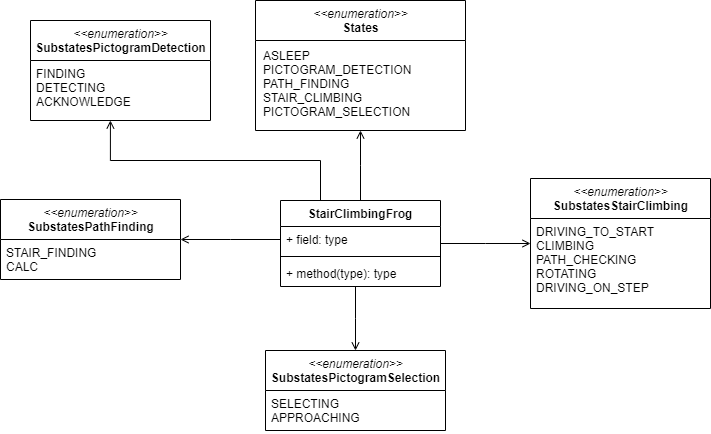
randombenj/hslu-pren2-doc keeps this draw.io diagram as img/softwarearchitektur/UML-MainController.png. Above is the earlier version. Source tidied: cells renumbered, new cells last; positions are measured from the earlier drawing's top-left corner, leaving out a move shared by most shapes.
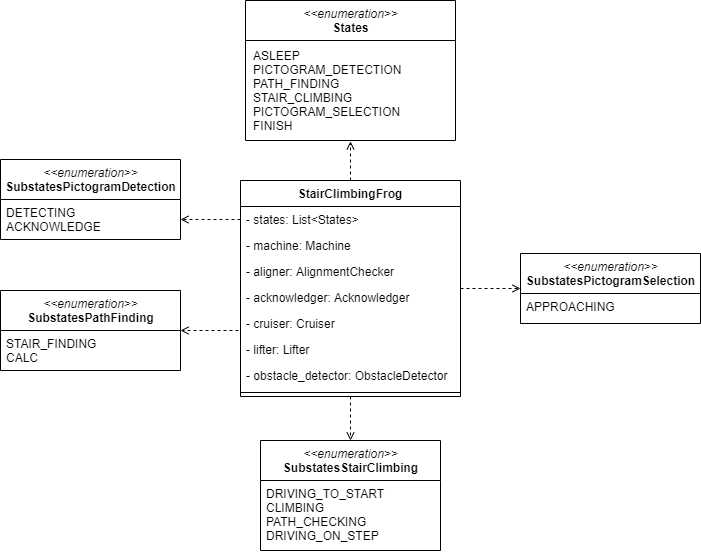
The same file after the commit.

What changed in the source:
```diff
@@ -2,61 +2,76 @@
   <root>
     <mxCell id="0" />
     <mxCell id="1" parent="0" />
-    <mxCell id="2" style="edgeStyle=elbowEdgeStyle;rounded=0;jettySize=auto;html=1;exitX=1;exitY=0.5;exitDx=0;exitDy=0;endArrow=open;endFill=0;" parent="1" edge="1" source="6" target="16">
+    <mxCell id="2" style="edgeStyle=elbowEdgeStyle;rounded=0;jettySize=auto;html=1;endArrow=open;endFill=0;dashed=1;" parent="1" edge="1" source="6" target="16">
       <mxGeometry relative="1" as="geometry" />
     </mxCell>
-    <mxCell id="3" style="edgeStyle=elbowEdgeStyle;rounded=0;jettySize=auto;html=1;entryX=0.5;entryY=0;entryDx=0;entryDy=0;endArrow=open;endFill=0;" parent="1" edge="1" source="6" target="18">
+    <mxCell id="3" style="edgeStyle=elbowEdgeStyle;rounded=0;jettySize=auto;html=1;entryX=0;entryY=0.5;entryDx=0;entryDy=0;endArrow=open;endFill=0;dashed=1;" parent="1" edge="1" source="6" target="18">
       <mxGeometry relative="1" as="geometry" />
     </mxCell>
-    <mxCell id="4" style="edgeStyle=elbowEdgeStyle;rounded=0;jettySize=auto;html=1;exitX=0.5;exitY=0;exitDx=0;exitDy=0;endArrow=open;endFill=0;" parent="1" edge="1" source="6" target="10">
-      <mxGeometry relative="1" as="geometry" />
-    </mxCell>
-    <mxCell id="5" style="edgeStyle=orthogonalEdgeStyle;rounded=0;jettySize=auto;html=1;exitX=0.25;exitY=0;exitDx=0;exitDy=0;entryX=0.444;entryY=1;entryDx=0;entryDy=0;entryPerimeter=0;endArrow=open;endFill=0;" parent="1" edge="1" source="6" target="13">
+    <mxCell id="5" style="edgeStyle=orthogonalEdgeStyle;rounded=0;jettySize=auto;html=1;exitX=0;exitY=0.5;exitDx=0;exitDy=0;entryX=1;entryY=0.5;entryDx=0;entryDy=0;endArrow=open;endFill=0;dashed=1;" parent="1" edge="1" source="7" target="13">
       <mxGeometry relative="1" as="geometry" />
     </mxCell>
+    <mxCell id="21" style="edgeStyle=orthogonalEdgeStyle;rounded=0;jettySize=auto;html=1;entryX=0.5;entryY=1.009;entryDx=0;entryDy=0;entryPerimeter=0;endArrow=open;endFill=0;dashed=1;" parent="1" edge="1" source="6" target="11">
+      <mxGeometry relative="1" as="geometry" />
+    </mxCell>
     <mxCell id="6" value="StairClimbingFrog" style="swimlane;fontStyle=1;align=center;verticalAlign=top;horizontal=1;startSize=26;" parent="1" vertex="1">
-      <mxGeometry x="280" y="200" width="160" height="86" as="geometry" />
+      <mxGeometry x="280" y="200" width="220" height="216" as="geometry" />
     </mxCell>
-    <mxCell id="7" value="+ field: type" style="text;strokeColor=none;fillColor=none;align=left;verticalAlign=top;spacingLeft=4;spacingRight=4;overflow=hidden;points=[[0,0.5],[1,0.5]];portConstraint=eastwest;" parent="6" vertex="1">
-      <mxGeometry y="26" width="160" height="26" as="geometry" />
+    <mxCell id="7" value="- states: List&lt;States&gt;" style="text;strokeColor=none;fillColor=none;align=left;verticalAlign=top;spacingLeft=4;spacingRight=4;overflow=hidden;points=[[0,0.5],[1,0.5]];portConstraint=eastwest;" parent="6" vertex="1">
+      <mxGeometry y="26" width="220" height="26" as="geometry" />
     </mxCell>
+    <mxCell id="22" value="- machine: Machine" style="text;strokeColor=none;fillColor=none;align=left;verticalAlign=top;spacingLeft=4;spacingRight=4;overflow=hidden;" parent="6" vertex="1">
+      <mxGeometry y="52" width="220" height="26" as="geometry" />
+    </mxCell>
+    <mxCell id="23" value="- aligner: AlignmentChecker" style="text;strokeColor=none;fillColor=none;align=left;verticalAlign=top;spacingLeft=4;spacingRight=4;overflow=hidden;" parent="6" vertex="1">
+      <mxGeometry y="78" width="220" height="26" as="geometry" />
+    </mxCell>
+    <mxCell id="24" value="- acknowledger: Acknowledger" style="text;strokeColor=none;fillColor=none;align=left;verticalAlign=top;spacingLeft=4;spacingRight=4;overflow=hidden;" parent="6" vertex="1">
+      <mxGeometry y="104" width="220" height="26" as="geometry" />
+    </mxCell>
+    <mxCell id="25" value="- cruiser: Cruiser" style="text;strokeColor=none;fillColor=none;align=left;verticalAlign=top;spacingLeft=4;spacingRight=4;overflow=hidden;points=[[0,0.5],[1,0.5]];portConstraint=eastwest;" parent="6" vertex="1">
+      <mxGeometry y="130" width="220" height="26" as="geometry" />
+    </mxCell>
+    <mxCell id="26" value="- lifter: Lifter" style="text;strokeColor=none;fillColor=none;align=left;verticalAlign=top;spacingLeft=4;spacingRight=4;overflow=hidden;" parent="6" vertex="1">
+      <mxGeometry y="156" width="220" height="26" as="geometry" />
+    </mxCell>
+    <mxCell id="27" value="- obstacle_detector: ObstacleDetector" style="text;strokeColor=none;fillColor=none;align=left;verticalAlign=top;spacingLeft=4;spacingRight=4;overflow=hidden;" parent="6" vertex="1">
+      <mxGeometry y="182" width="220" height="26" as="geometry" />
+    </mxCell>
     <mxCell id="8" style="line;strokeWidth=1;fillColor=none;align=left;verticalAlign=middle;spacingTop=-1;spacingLeft=3;spacingRight=3;labelPosition=right;" parent="6" vertex="1">
-      <mxGeometry y="52" width="160" height="8" as="geometry" />
+      <mxGeometry y="208" width="220" height="8" as="geometry" />
     </mxCell>
-    <mxCell id="9" value="+ method(type): type" style="text;strokeColor=none;fillColor=none;align=left;verticalAlign=top;spacingLeft=4;spacingRight=4;overflow=hidden;" parent="6" vertex="1">
-      <mxGeometry y="60" width="160" height="26" as="geometry" />
-    </mxCell>
     <mxCell id="10" value="&lt;i style=&quot;font-weight: normal&quot;&gt;&amp;lt;&amp;lt;enumeration&amp;gt;&amp;gt;&lt;br&gt;&lt;/i&gt;States" style="swimlane;fontStyle=1;align=center;verticalAlign=top;horizontal=1;startSize=40;html=1;" parent="1" vertex="1">
-      <mxGeometry x="255" width="210" height="130" as="geometry" />
+      <mxGeometry x="285" y="20" width="210" height="140" as="geometry" />
     </mxCell>
-    <mxCell id="11" value="ASLEEP&#10;PICTOGRAM_DETECTION&#10;PATH_FINDING&#10;STAIR_CLIMBING&#10;PICTOGRAM_SELECTION" style="text;strokeColor=none;fillColor=none;align=left;verticalAlign=top;spacingLeft=4;spacingRight=4;overflow=hidden;points=[[0,0.5],[1,0.5]];portConstraint=eastwest;spacingTop=0;spacingBottom=0;spacing=4;" parent="10" vertex="1">
-      <mxGeometry y="40" width="210" height="90" as="geometry" />
+    <mxCell id="11" value="ASLEEP&#10;PICTOGRAM_DETECTION&#10;PATH_FINDING&#10;STAIR_CLIMBING&#10;PICTOGRAM_SELECTION&#10;FINISH" style="text;strokeColor=none;fillColor=none;align=left;verticalAlign=top;spacingLeft=4;spacingRight=4;overflow=hidden;points=[[0,0.5],[1,0.5]];portConstraint=eastwest;spacingTop=0;spacingBottom=0;spacing=4;" parent="10" vertex="1">
+      <mxGeometry y="40" width="210" height="100" as="geometry" />
     </mxCell>
     <mxCell id="12" value="&lt;i&gt;&amp;lt;&amp;lt;enumeration&amp;gt;&amp;gt;&lt;/i&gt;&lt;br&gt;&lt;b&gt;SubstatesPictogramDetection&lt;/b&gt;" style="swimlane;fontStyle=0;align=center;verticalAlign=top;horizontal=1;startSize=40;html=1;" parent="1" vertex="1">
-      <mxGeometry x="30" y="20" width="180" height="100" as="geometry" />
+      <mxGeometry x="40" y="179" width="180" height="80" as="geometry" />
     </mxCell>
-    <mxCell id="13" value="FINDING&#10;DETECTING&#10;ACKNOWLEDGE" style="text;strokeColor=none;fillColor=none;align=left;verticalAlign=top;spacingLeft=4;spacingRight=4;overflow=hidden;points=[[0,0.5],[1,0.5]];portConstraint=eastwest;" parent="12" vertex="1">
-      <mxGeometry y="40" width="180" height="60" as="geometry" />
+    <mxCell id="13" value="DETECTING&#10;ACKNOWLEDGE" style="text;strokeColor=none;fillColor=none;align=left;verticalAlign=top;spacingLeft=4;spacingRight=4;overflow=hidden;points=[[0,0.5],[1,0.5]];portConstraint=eastwest;" parent="12" vertex="1">
+      <mxGeometry y="40" width="180" height="40" as="geometry" />
     </mxCell>
     <mxCell id="14" value="&lt;i&gt;&amp;lt;&amp;lt;enumeration&amp;gt;&amp;gt;&lt;/i&gt;&lt;br&gt;&lt;b&gt;SubstatesPathFinding&lt;/b&gt;" style="swimlane;fontStyle=0;align=center;verticalAlign=top;horizontal=1;startSize=40;html=1;" parent="1" vertex="1">
-      <mxGeometry y="199" width="180" height="80" as="geometry" />
+      <mxGeometry x="40" y="310" width="180" height="80" as="geometry" />
     </mxCell>
     <mxCell id="15" value="STAIR_FINDING&#10;CALC" style="text;strokeColor=none;fillColor=none;align=left;verticalAlign=top;spacingLeft=4;spacingRight=4;overflow=hidden;" parent="14" vertex="1">
       <mxGeometry y="40" width="180" height="40" as="geometry" />
     </mxCell>
     <mxCell id="16" value="&lt;i&gt;&amp;lt;&amp;lt;enumeration&amp;gt;&amp;gt;&lt;/i&gt;&lt;br&gt;&lt;b&gt;SubstatesStairClimbing&lt;/b&gt;" style="swimlane;fontStyle=0;align=center;verticalAlign=top;horizontal=1;startSize=40;html=1;" parent="1" vertex="1">
-      <mxGeometry x="530" y="178" width="180" height="130" as="geometry" />
+      <mxGeometry x="300" y="460" width="180" height="110" as="geometry" />
     </mxCell>
-    <mxCell id="17" value="DRIVING_TO_START&#10;CLIMBING&#10;PATH_CHECKING&#10;ROTATING&#10;DRIVING_ON_STEP" style="text;strokeColor=none;fillColor=none;align=left;verticalAlign=top;spacingLeft=4;spacingRight=4;overflow=hidden;" parent="16" vertex="1">
-      <mxGeometry y="40" width="180" height="90" as="geometry" />
+    <mxCell id="17" value="DRIVING_TO_START&#10;CLIMBING&#10;PATH_CHECKING&#10;DRIVING_ON_STEP" style="text;strokeColor=none;fillColor=none;align=left;verticalAlign=top;spacingLeft=4;spacingRight=4;overflow=hidden;" parent="16" vertex="1">
+      <mxGeometry y="40" width="180" height="70" as="geometry" />
     </mxCell>
     <mxCell id="18" value="&lt;i&gt;&amp;lt;&amp;lt;enumeration&amp;gt;&amp;gt;&lt;/i&gt;&lt;br&gt;&lt;b&gt;SubstatesPictogramSelection&lt;/b&gt;" style="swimlane;fontStyle=0;align=center;verticalAlign=top;horizontal=1;startSize=40;html=1;" parent="1" vertex="1">
-      <mxGeometry x="265" y="350" width="180" height="80" as="geometry" />
+      <mxGeometry x="560" y="273" width="180" height="70" as="geometry" />
     </mxCell>
-    <mxCell id="19" value="SELECTING&#10;APPROACHING" style="text;strokeColor=none;fillColor=none;align=left;verticalAlign=top;spacingLeft=4;spacingRight=4;overflow=hidden;" parent="18" vertex="1">
-      <mxGeometry y="40" width="180" height="40" as="geometry" />
+    <mxCell id="19" value="APPROACHING" style="text;strokeColor=none;fillColor=none;align=left;verticalAlign=top;spacingLeft=4;spacingRight=4;overflow=hidden;" parent="18" vertex="1">
+      <mxGeometry y="40" width="180" height="30" as="geometry" />
     </mxCell>
-    <mxCell id="20" style="edgeStyle=elbowEdgeStyle;rounded=0;jettySize=auto;html=1;exitX=0;exitY=0.5;exitDx=0;exitDy=0;endArrow=open;endFill=0;" parent="1" edge="1" source="7" target="14">
+    <mxCell id="20" style="edgeStyle=elbowEdgeStyle;rounded=0;jettySize=auto;html=1;exitX=-0.009;exitY=0.769;exitDx=0;exitDy=0;endArrow=open;endFill=0;dashed=1;exitPerimeter=0;" parent="1" edge="1" source="25" target="14">
       <mxGeometry relative="1" as="geometry" />
     </mxCell>
   </root>
```
